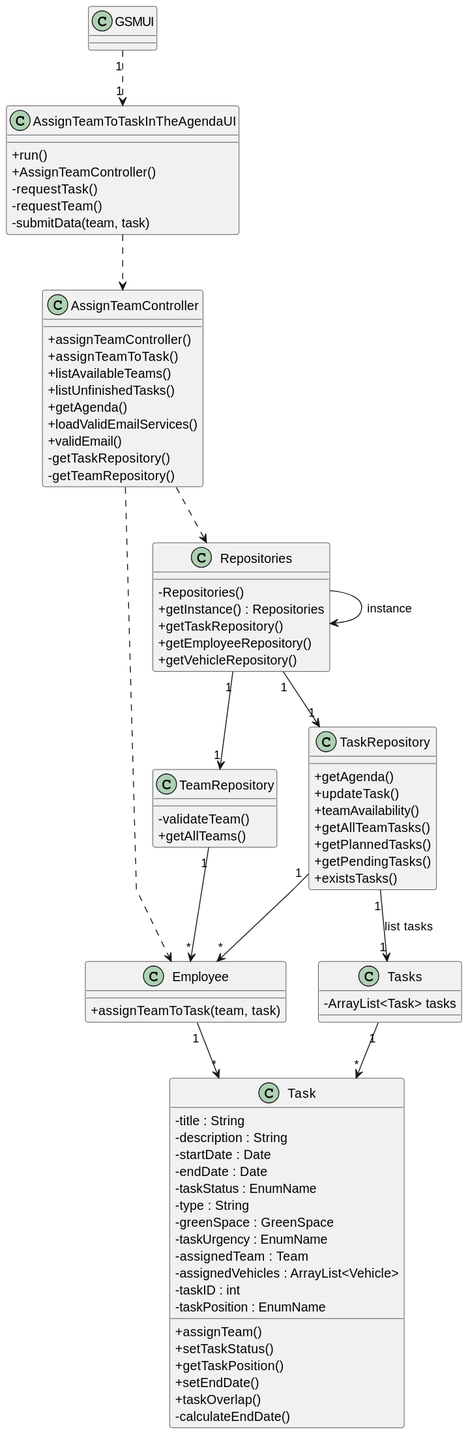
Earlier version of the PlantUML export docs/sprintC/US023/03.design/svg/us023-class-diagram.svg (LopemigueISEP/lei-24-s2-1nb-g312). Its diagram source:
```plantuml
@startuml
skinparam packageStyle rectangle
skinparam shadowing false
skinparam linetype polyline

skinparam classAttributeIconSize 0


class GSMUI{
}

class AssignTeamToTaskInTheAgendaUI{
+run()
+AssignTeamController()
-requestTask()
-requestTeam()
-submitData(team, task)
}

class AssignTeamController{
+assignTeamController()
+assignTeamToTask()
+listAvailableTeams()
+listUnfinishedTasks()
+getAgenda()
+loadValidEmailServices()
+validEmail()
-getTaskRepository()
-getTeamRepository()
}

class Employee {
+assignTeamToTask(team, task)
}

class Task{
-title : String
-description : String
-startDate : Date
-endDate : Date
-taskStatus : EnumName
-type : String
-greenSpace : GreenSpace
-taskUrgency : EnumName
-assignedTeam : Team
-assignedVehicles : ArrayList<Vehicle>
-taskID : int
-taskPosition : EnumName

+assignTeam()
+setTaskStatus()
+getTaskPosition()
+setEndDate()
+taskOverlap()
-calculateEndDate()

}

class TaskRepository {
+getAgenda()
+updateTask()
+teamAvailability()
+getAllTeamTasks()
+getPlannedTasks()
+getPendingTasks()
+existsTasks()
}

class TeamRepository{
-validateTeam()
+getAllTeams()
}

class Repositories {
    - Repositories()
    + getInstance() : Repositories
    + getTaskRepository()
    + getEmployeeRepository()
    + getVehicleRepository()

}

class Tasks {
-ArrayList<Task> tasks
}



GSMUI "1" ..> "1" AssignTeamToTaskInTheAgendaUI

Repositories --> Repositories : instance


AssignTeamToTaskInTheAgendaUI ..> AssignTeamController

AssignTeamController ..> Repositories


Repositories "1"--> "1" TaskRepository
Repositories "1"--> "1" TeamRepository

TaskRepository "1"--> "*" Employee
TeamRepository "1"--> "*" Employee

Employee "1" --> "*"Task


AssignTeamController ..> Employee

TaskRepository "1" --> "1" Tasks : list tasks
Tasks "1" --> "*" Task
@enduml
```
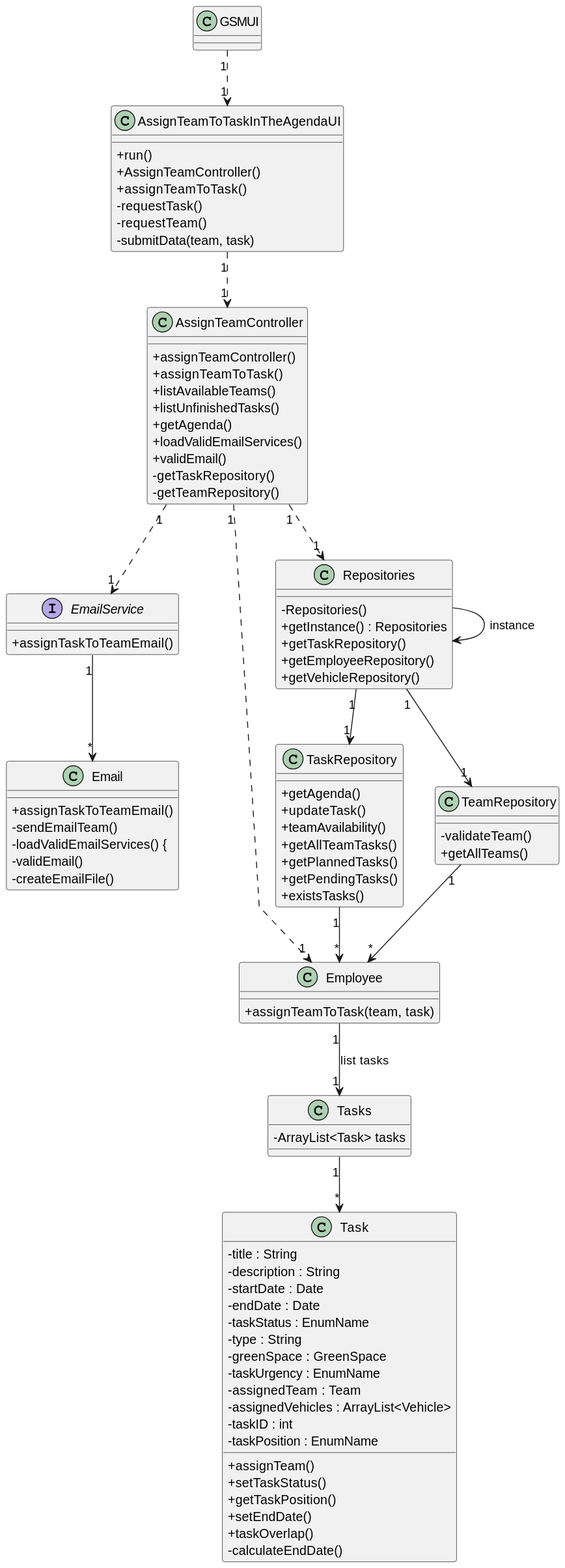
Above is the later version.

Commit message:
#14 Added UI of us23 and 24 to GSM user. Added showVehicleList to VFM user. Added email sending system (Interface + Email + ConfigFile) to sd and class diagram of us23.

The edit, as a diff of the source:
```diff
@@ -12,6 +12,7 @@
 class AssignTeamToTaskInTheAgendaUI{
 +run()
 +AssignTeamController()
++assignTeamToTask()
 -requestTask()
 -requestTeam()
 -submitData(team, task)
@@ -27,6 +28,18 @@
 +validEmail()
 -getTaskRepository()
 -getTeamRepository()
+}
+
+interface EmailService{
++assignTaskToTeamEmail()
+}
+
+class Email {
++assignTaskToTeamEmail()
+-sendEmailTeam()
+-loadValidEmailServices() {
+-validEmail()
+-createEmailFile()
 }
 
 class Employee {
@@ -91,9 +104,9 @@
 Repositories --> Repositories : instance
 
 
-AssignTeamToTaskInTheAgendaUI ..> AssignTeamController
+AssignTeamToTaskInTheAgendaUI "1" ..> "1" AssignTeamController
 
-AssignTeamController ..> Repositories
+AssignTeamController "1" ..> "1" Repositories
 
 
 Repositories "1"--> "1" TaskRepository
@@ -102,11 +115,13 @@
 TaskRepository "1"--> "*" Employee
 TeamRepository "1"--> "*" Employee
 
-Employee "1" --> "*"Task
 
 
-AssignTeamController ..> Employee
 
-TaskRepository "1" --> "1" Tasks : list tasks
+AssignTeamController "1" ..> "1" Employee
+AssignTeamController "1" ..> "1" EmailService
+EmailService "1" --> "*" Email
+
+Employee "1" --> "1" Tasks : list tasks
 Tasks "1" --> "*" Task
 @enduml
```
